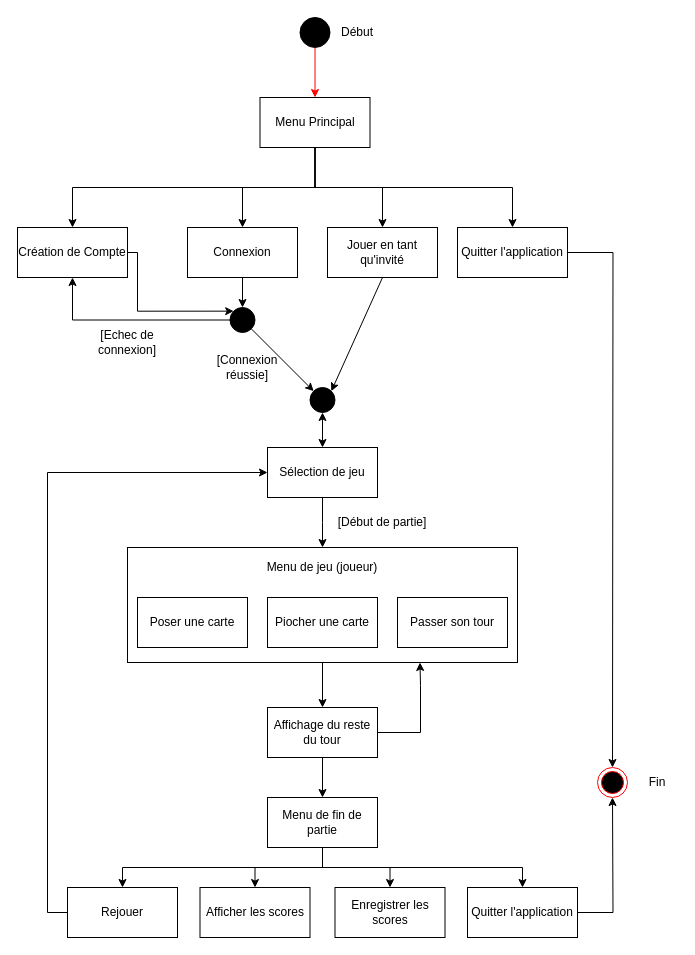
MailineN/ProjetInfo2A keeps this draw.io diagram as State Diagram.drawio. Above is the earlier version. Source tidied: cells renumbered, new cells numbered last; positions are measured from the earlier drawing's top-left corner, leaving out a move shared by most shapes. Both pictures are drawn from the tidied source at 100%, with x=0, y=0 at pixel (17, 17).
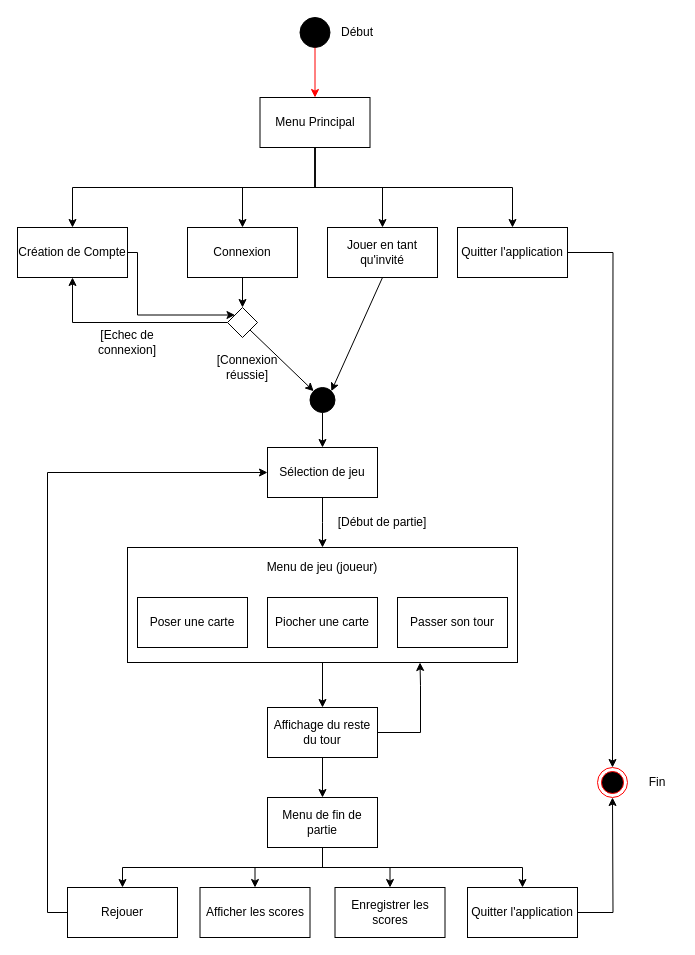
Above is the later version.

The change refers to these unchanged cells:
```xml
<mxCell id="12" value="Création de Compte" style="rounded=0;whiteSpace=wrap;html=1;fillColor=none;" parent="1" vertex="1">
  <mxGeometry y="210" width="110" height="50" as="geometry" />
</mxCell>
<mxCell id="13" value="Connexion" style="rounded=0;whiteSpace=wrap;html=1;fillColor=none;" parent="1" vertex="1">
  <mxGeometry x="170" y="210" width="110" height="50" as="geometry" />
</mxCell>
<mxCell id="16" value="Sélection de jeu" style="rounded=0;whiteSpace=wrap;html=1;fillColor=none;" parent="1" vertex="1">
  <mxGeometry x="250" y="430" width="110" height="50" as="geometry" />
</mxCell>
<mxCell id="17" style="ellipse;whiteSpace=wrap;html=1;fillColor=#000000;" parent="1" vertex="1">
  <mxGeometry x="292.5" y="370" width="25" height="25" as="geometry" />
</mxCell>
```

What changed in the source:
```diff
@@
-    <mxCell id="11" style="edgeStyle=orthogonalEdgeStyle;rounded=0;jettySize=auto;html=1;exitX=1;exitY=0.5;exitDx=0;exitDy=0;entryX=0;entryY=0;entryDx=0;entryDy=0;strokeColor=#000000;" parent="1" edge="1" source="12" target="22">
+    <mxCell id="11" style="edgeStyle=orthogonalEdgeStyle;rounded=0;jettySize=auto;html=1;exitX=1;exitY=0.5;exitDx=0;exitDy=0;entryX=0;entryY=0;entryDx=0;entryDy=0;strokeColor=#000000;" parent="1" edge="1" source="12" target="51">
       <mxGeometry relative="1" as="geometry">
         <Array as="points">
           <mxPoint x="120" y="235" />
-          <mxPoint x="120" y="294" />
+          <mxPoint x="120" y="298" />
         </Array>
       </mxGeometry>
     </mxCell>
@@
+    <mxCell id="50" style="edgeStyle=orthogonalEdgeStyle;rounded=0;jettySize=auto;html=1;exitX=0.5;exitY=1;exitDx=0;exitDy=0;" parent="1" edge="1" source="17" target="16">
+      <mxGeometry relative="1" as="geometry" />
+    </mxCell>
@@
-    <mxCell id="19" style="endArrow=classic;html=1;exitX=0.5;exitY=1;exitDx=0;exitDy=0;entryX=0.5;entryY=0;entryDx=0;entryDy=0;" parent="1" edge="1" source="13" target="22">
-      <mxGeometry relative="1" as="geometry" />
+    <mxCell id="19" style="endArrow=classic;html=1;exitX=0.5;exitY=1;exitDx=0;exitDy=0;entryX=0.5;entryY=0;entryDx=0;entryDy=0;" parent="1" edge="1" source="13">
+      <mxGeometry relative="1" as="geometry">
+        <mxPoint x="225" y="290" as="targetPoint" />
+      </mxGeometry>
     </mxCell>
@@
-    <mxCell id="21" style="edgeStyle=orthogonalEdgeStyle;rounded=0;jettySize=auto;html=1;exitX=0;exitY=0.5;exitDx=0;exitDy=0;entryX=0.5;entryY=1;entryDx=0;entryDy=0;strokeColor=#000000;" parent="1" edge="1" source="22" target="12">
+    <mxCell id="21" style="edgeStyle=orthogonalEdgeStyle;rounded=0;jettySize=auto;html=1;exitX=0;exitY=0.5;exitDx=0;exitDy=0;entryX=0.5;entryY=1;entryDx=0;entryDy=0;strokeColor=#000000;" parent="1" edge="1" source="51" target="12">
       <mxGeometry relative="1" as="geometry" />
     </mxCell>
-    <mxCell id="22" style="ellipse;whiteSpace=wrap;html=1;fillColor=#000000;" parent="1" vertex="1">
-      <mxGeometry x="212.5" y="290" width="25" height="25" as="geometry" />
-    </mxCell>
-    <mxCell id="23" style="endArrow=classic;html=1;entryX=0;entryY=0;entryDx=0;entryDy=0;exitX=1;exitY=1;exitDx=0;exitDy=0;" parent="1" edge="1" source="22" target="17">
+    <mxCell id="23" style="endArrow=classic;html=1;entryX=0;entryY=0;entryDx=0;entryDy=0;exitX=1;exitY=1;exitDx=0;exitDy=0;" parent="1" edge="1" source="51" target="17">
       <mxGeometry relative="1" as="geometry" />
     </mxCell>
@@
-    <mxCell id="34" style="endArrow=classic;startArrow=classic;html=1;strokeColor=#000000;exitX=0.5;exitY=0;exitDx=0;exitDy=0;entryX=0.5;entryY=1;entryDx=0;entryDy=0;" parent="1" edge="1" source="16" target="17">
-      <mxGeometry relative="1" as="geometry" />
-    </mxCell>
@@
+    <mxCell id="51" style="rhombus;whiteSpace=wrap;html=1;" parent="1" vertex="1">
+      <mxGeometry x="210" y="290" width="30" height="30" as="geometry" />
+    </mxCell>
```
